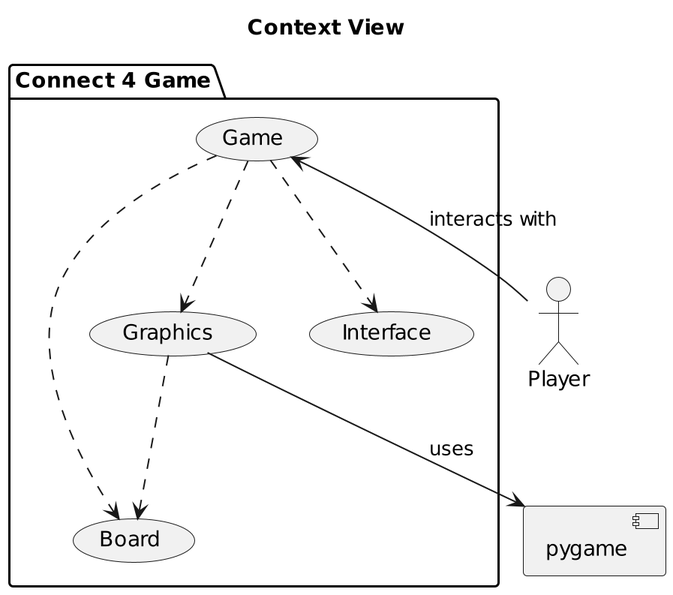
The PlantUML diagram design-analysis/Context_View.png in austin-s970/OOP-Connect4, before a commit. Its diagram source:
```plantuml
@startuml
title Context View
scale 2

package "Connect 4 Game" {
    usecase Game
    usecase Board
    usecase Graphics
    usecase Interface

    [Game] ..> [Board]
    [Game] ..> [Graphics]
    [Game] ..> [Interface]

    [Graphics] ..> [Board]
}

actor Player
component pygame

[Game] <-- Player : interacts with
[Graphics] --> pygame : uses

@enduml
```
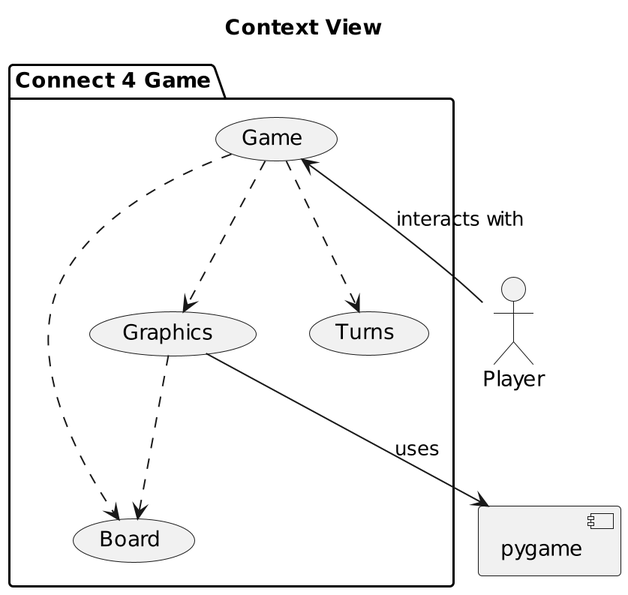
After the change.

Commit message:
updated design analysis

Diff of the diagram source:
```diff
@@ -6,11 +6,11 @@
     usecase Game
     usecase Board
     usecase Graphics
-    usecase Interface
+    usecase Turns
 
     [Game] ..> [Board]
     [Game] ..> [Graphics]
-    [Game] ..> [Interface]
+    [Game] ..> [Turns]
 
     [Graphics] ..> [Board]
 }
```
